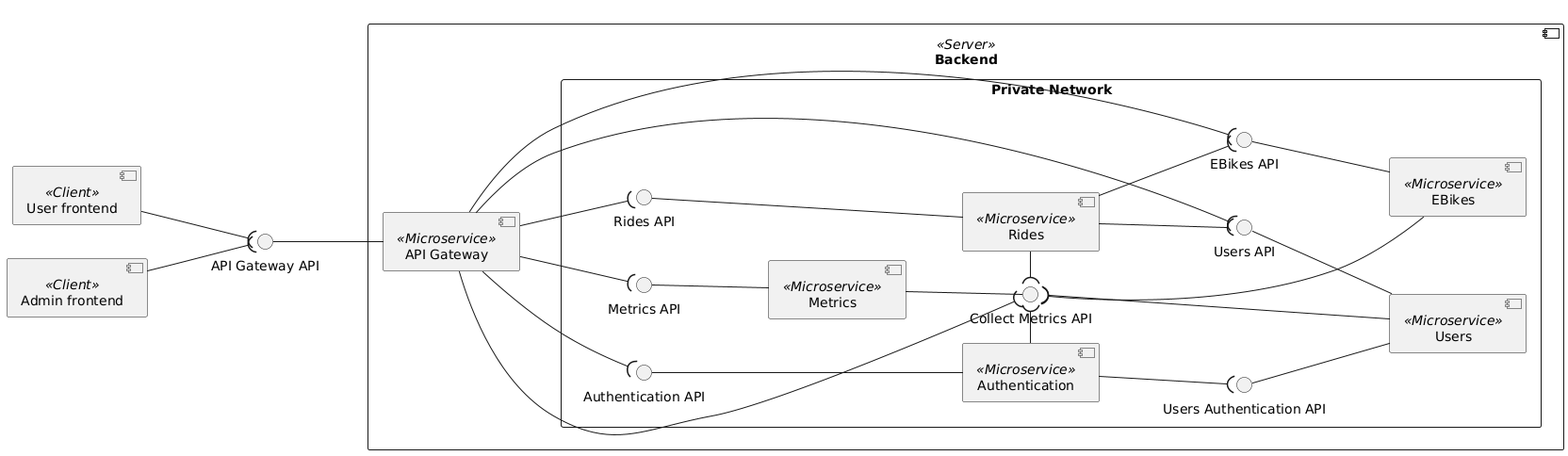
The PlantUML diagram doc/diagrams/components.png in Ventus218/SAP-assignment-02, before a commit.
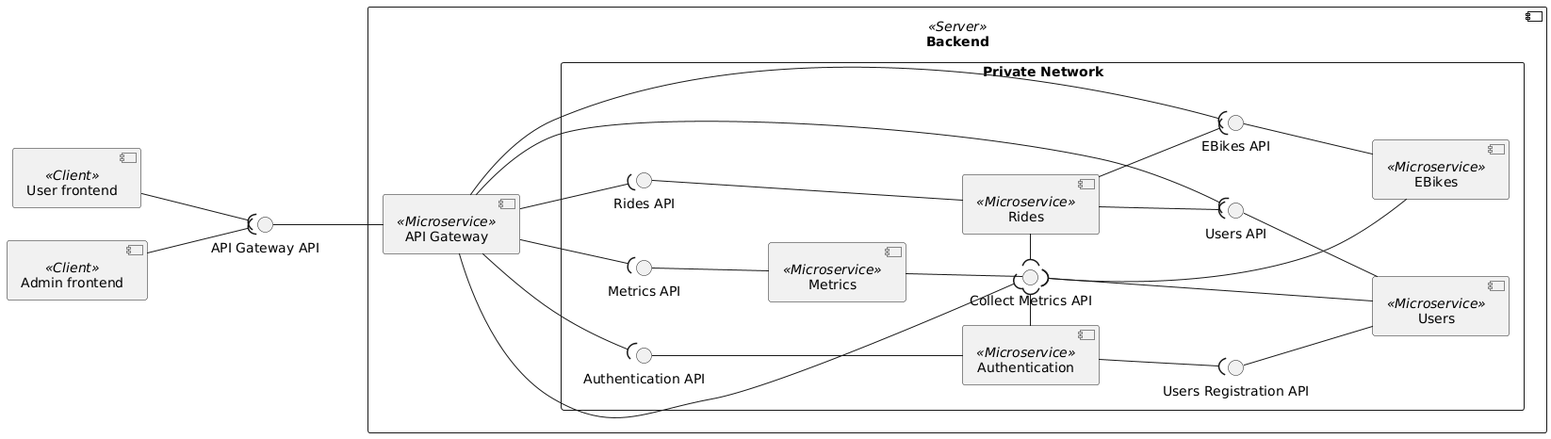
The same diagram one commit later.

Commit message:
Automatically generated PlantUML diagrams

What changed in the source:
```diff
@@ -24,7 +24,7 @@
 
         component "Authentication" <<Microservice>> as AuthService
         interface "Authentication API" as AuthAPI
-        interface "Users Authentication API" as UserAuthAPI
+        interface "Users Registration API" as UserRegistrationAPI
 
         APIGateway --( MetricsAPI
         APIGateway --( CollectMetricsAPI
@@ -38,7 +38,7 @@
 
         APIGateway --( UsersAPI
         Users -u-() UsersAPI
-        Users -u-() UserAuthAPI
+        Users -u-() UserRegistrationAPI
         Users -u-( CollectMetricsAPI
 
         APIGateway --( RidesAPI
@@ -49,7 +49,7 @@
 
         APIGateway --( AuthAPI
         AuthService --u-() AuthAPI
-        AuthService --( UserAuthAPI
+        AuthService --( UserRegistrationAPI
         AuthService -r-( CollectMetricsAPI
     }
 }
```
